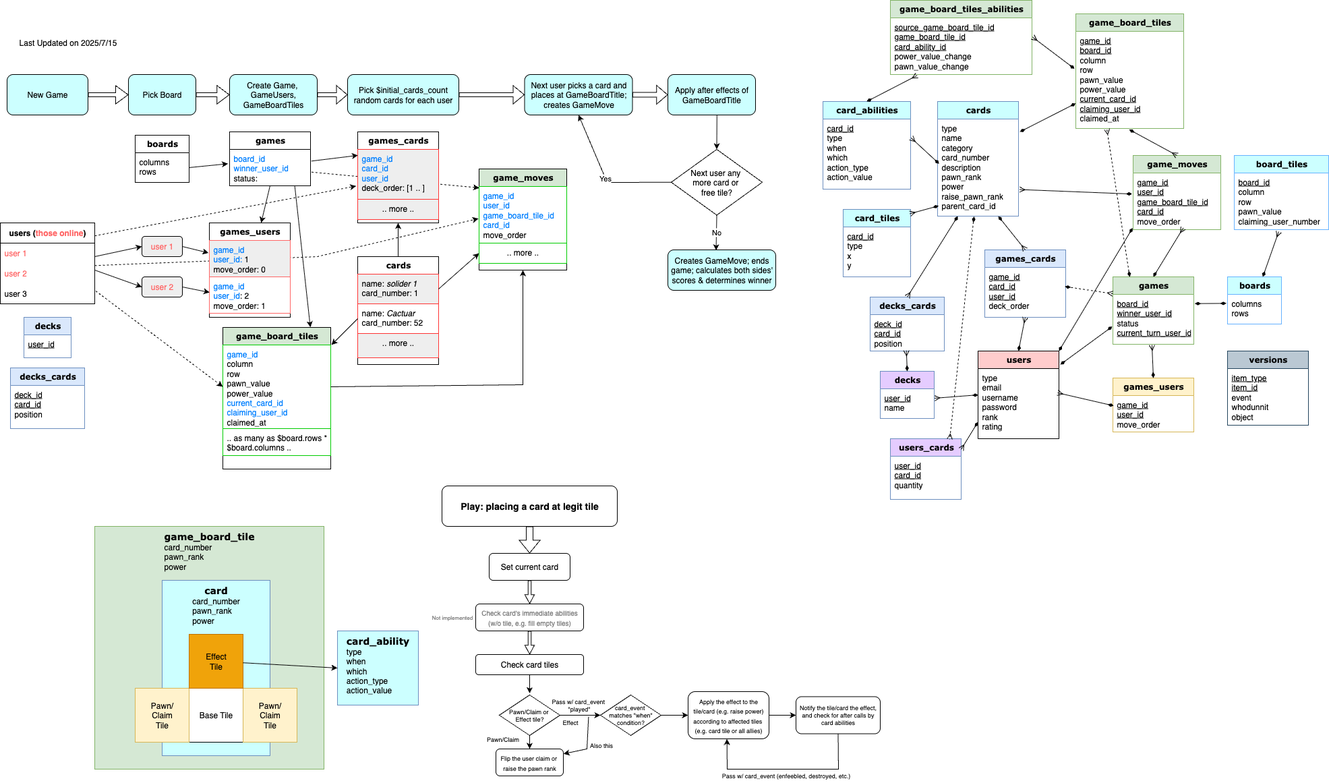
Before: doc/diagrams/EER.drawio.png, a diagram exported from draw.io (briangan/queens_blood_by_fan). Source tidied: cells renumbered, new cells last; positions are measured from the earlier drawing's top-left corner, leaving out a move shared by most shapes.
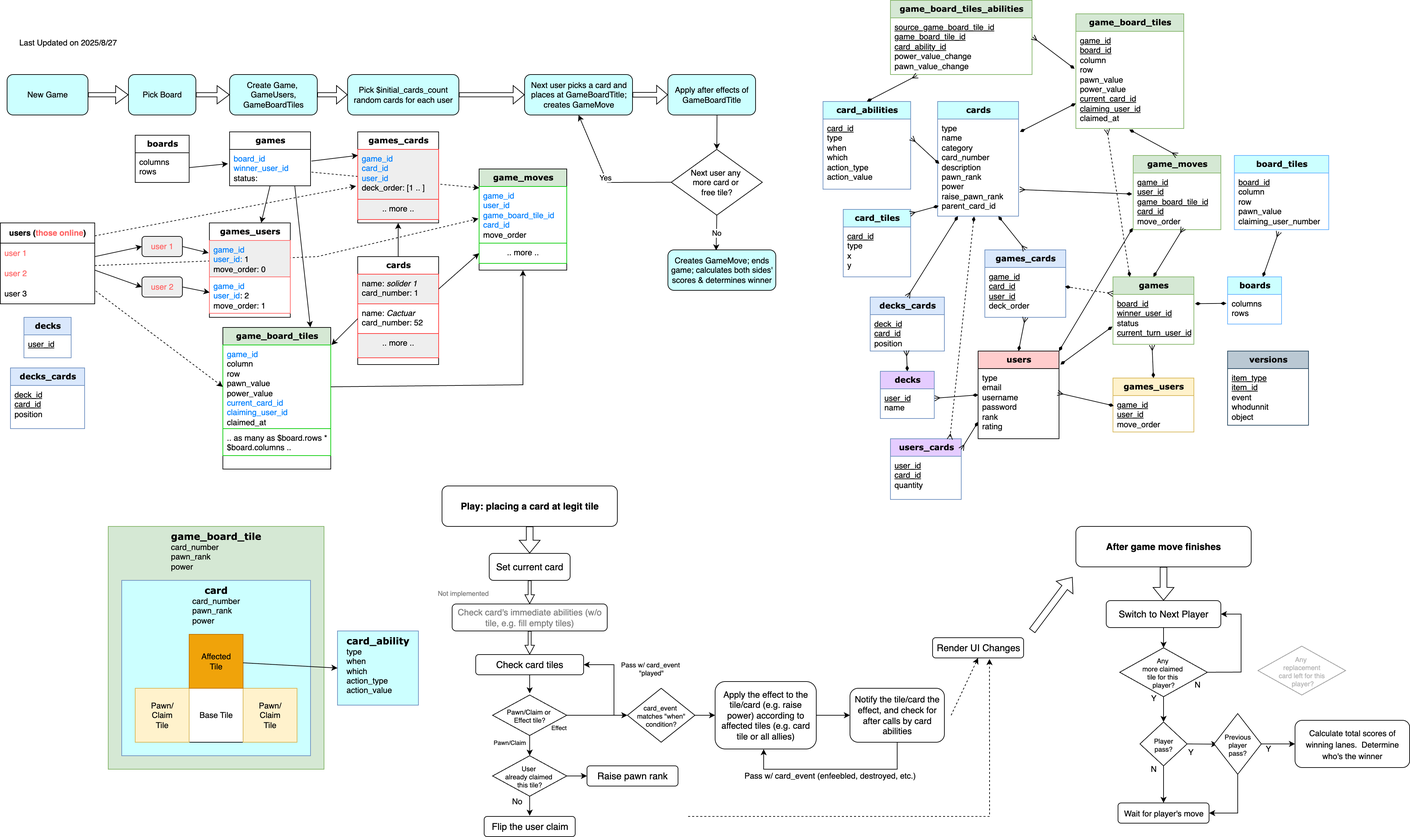
Above is the later version.

What changed in the source:
```diff
@@ -310,3 +310,3 @@
     </mxCell>
-    <mxCell id="100" value="Last Updated on 2025/7/15" style="text;html=1;align=center;verticalAlign=middle;strokeColor=none;fillColor=none;" parent="1" vertex="1">
+    <mxCell id="100" value="Last Updated on 2025/8/27" style="text;html=1;align=center;verticalAlign=middle;strokeColor=none;fillColor=none;" parent="1" vertex="1">
       <mxGeometry x="15" y="48" width="170" height="30" as="geometry" />
@@ -371,6 +371,6 @@
     <mxCell id="120" value="&lt;b style=&quot;font-family: Verdana; text-wrap-mode: nowrap;&quot;&gt;&lt;font style=&quot;font-size: 14px;&quot;&gt;game_board_tile&lt;/font&gt;&lt;/b&gt;&lt;div&gt;&lt;div style=&quot;text-align: left;&quot;&gt;card_number&lt;/div&gt;&lt;div style=&quot;text-align: left;&quot;&gt;&lt;span style=&quot;background-color: transparent; color: light-dark(rgb(0, 0, 0), rgb(255, 255, 255));&quot;&gt;pawn_rank&lt;/span&gt;&lt;/div&gt;&lt;div style=&quot;text-align: left;&quot;&gt;power&lt;/div&gt;&lt;/div&gt;" style="rounded=0;whiteSpace=wrap;html=1;fillColor=#d5e8d4;strokeColor=#82b366;verticalAlign=top;" parent="1" vertex="1">
-      <mxGeometry x="140" y="780" width="340" height="360" as="geometry" />
+      <mxGeometry x="160" y="780" width="320" height="360" as="geometry" />
     </mxCell>
     <mxCell id="121" value="&lt;b style=&quot;font-family: Verdana; text-wrap-mode: nowrap;&quot;&gt;&lt;font style=&quot;font-size: 14px;&quot;&gt;card&lt;/font&gt;&lt;/b&gt;&lt;div&gt;&lt;div style=&quot;text-align: left;&quot;&gt;card_number&lt;/div&gt;&lt;div style=&quot;text-align: left;&quot;&gt;&lt;span style=&quot;background-color: transparent; color: light-dark(rgb(0, 0, 0), rgb(255, 255, 255));&quot;&gt;pawn_rank&lt;/span&gt;&lt;/div&gt;&lt;div style=&quot;text-align: left;&quot;&gt;power&lt;/div&gt;&lt;/div&gt;" style="rounded=0;whiteSpace=wrap;html=1;fillColor=#CCFFFF;strokeColor=#6c8ebf;verticalAlign=top;" parent="1" vertex="1">
-      <mxGeometry x="240" y="860" width="160" height="260" as="geometry" />
+      <mxGeometry x="180" y="860" width="280" height="260" as="geometry" />
     </mxCell>
@@ -391,3 +391,3 @@
     </mxCell>
-    <mxCell id="127" value="Effect&lt;div&gt;Tile&lt;/div&gt;" style="whiteSpace=wrap;html=1;fillColor=#f0a30a;strokeColor=#BD7000;fontColor=#000000;" parent="123" vertex="1">
+    <mxCell id="127" value="Affected&lt;div&gt;Tile&lt;/div&gt;" style="whiteSpace=wrap;html=1;fillColor=#f0a30a;strokeColor=#BD7000;fontColor=#000000;" parent="123" vertex="1">
       <mxGeometry x="80" width="80" height="80" as="geometry" />
@@ -400,3 +400,3 @@
     </mxCell>
-    <mxCell id="130" value="Set current card" style="rounded=1;whiteSpace=wrap;html=1;" parent="1" vertex="1">
+    <mxCell id="130" value="Set current card" style="rounded=1;whiteSpace=wrap;html=1;fontSize=14;" parent="1" vertex="1">
       <mxGeometry x="725" y="820" width="120" height="40" as="geometry" />
@@ -408,4 +408,4 @@
     </mxCell>
-    <mxCell id="132" value="&lt;font style=&quot;font-size: 10px;&quot;&gt;Check card's immediate abilities (w/o tile, e.g.&amp;nbsp;&lt;/font&gt;&lt;span style=&quot;font-size: 10px; background-color: transparent; color: light-dark(rgb(128, 128, 128), rgb(127, 127, 127));&quot;&gt;fill empty tiles)&lt;/span&gt;" style="rounded=1;whiteSpace=wrap;html=1;fontColor=#808080;" parent="1" vertex="1">
-      <mxGeometry x="705" y="895" width="160" height="40" as="geometry" />
+    <mxCell id="132" value="&lt;font&gt;Check card's immediate abilities (w/o tile, e.g.&amp;nbsp;&lt;/font&gt;&lt;span style=&quot;background-color: transparent; color: light-dark(rgb(128, 128, 128), rgb(127, 127, 127));&quot;&gt;fill empty tiles)&lt;/span&gt;" style="rounded=1;whiteSpace=wrap;html=1;fontColor=#808080;fontSize=13;" parent="1" vertex="1">
+      <mxGeometry x="670" y="895" width="230" height="40" as="geometry" />
     </mxCell>
@@ -414,3 +414,3 @@
     </mxCell>
-    <mxCell id="134" value="Check card tiles" style="rounded=1;whiteSpace=wrap;html=1;" parent="1" vertex="1">
+    <mxCell id="134" value="Check card tiles" style="rounded=1;whiteSpace=wrap;html=1;fontSize=14;" parent="1" vertex="1">
       <mxGeometry x="705" y="970" width="160" height="30" as="geometry" />
@@ -420,6 +420,6 @@
     </mxCell>
-    <mxCell id="136" value="Pawn/Claim or&amp;nbsp;&lt;div&gt;Effect tile?&lt;/div&gt;" style="rhombus;whiteSpace=wrap;html=1;fontSize=9;" parent="1" vertex="1">
-      <mxGeometry x="740" y="1030" width="90" height="60" as="geometry" />
+    <mxCell id="136" value="Pawn/Claim or&amp;nbsp;&lt;div&gt;Effect tile?&lt;/div&gt;" style="rhombus;whiteSpace=wrap;html=1;fontSize=10;" parent="1" vertex="1">
+      <mxGeometry x="730" y="1030" width="110" height="60" as="geometry" />
     </mxCell>
-    <mxCell id="137" style="endArrow=classic;html=1;rounded=0;exitX=0.5;exitY=1;exitDx=0;exitDy=0;entryX=0.5;entryY=0;entryDx=0;entryDy=0;" parent="1" edge="1" source="136" target="139">
+    <mxCell id="137" style="endArrow=classic;html=1;rounded=0;exitX=0.5;exitY=1;exitDx=0;exitDy=0;entryX=0.5;entryY=0;entryDx=0;entryDy=0;" parent="1" edge="1" source="136" target="154">
       <mxGeometry relative="1" as="geometry" />
@@ -427,6 +427,6 @@
     <mxCell id="138" value="&lt;span style=&quot;font-size: 9px; text-wrap-mode: wrap;&quot;&gt;Pawn/Claim&lt;/span&gt;" style="text;html=1;align=center;verticalAlign=middle;strokeColor=none;fillColor=none;fontFamily=Helvetica;fontSize=12;fontColor=default;spacing=0;" parent="1" vertex="1">
-      <mxGeometry x="710" y="1085" width="70" height="20" as="geometry" />
+      <mxGeometry x="720" y="1090" width="70" height="20" as="geometry" />
     </mxCell>
-    <mxCell id="139" value="&lt;font style=&quot;font-size: 9px;&quot;&gt;Flip the user claim or&amp;nbsp;&lt;/font&gt;&lt;div&gt;&lt;font style=&quot;font-size: 9px;&quot;&gt;raise the pawn rank&lt;/font&gt;&lt;/div&gt;" style="rounded=1;whiteSpace=wrap;html=1;" parent="1" vertex="1">
-      <mxGeometry x="735" y="1110" width="100" height="40" as="geometry" />
+    <mxCell id="139" value="&lt;font&gt;Flip the user claim&lt;/font&gt;" style="rounded=1;whiteSpace=wrap;html=1;fontSize=14;" parent="1" vertex="1">
+      <mxGeometry x="717.5" y="1210" width="135" height="30" as="geometry" />
     </mxCell>
@@ -439,12 +439,12 @@
     <mxCell id="142" value="&lt;span style=&quot;font-size: 9px; text-wrap-mode: wrap;&quot;&gt;Effect&lt;/span&gt;" style="text;html=1;align=center;verticalAlign=middle;strokeColor=none;fillColor=none;fontFamily=Helvetica;fontSize=12;fontColor=default;spacing=0;" parent="1" vertex="1">
-      <mxGeometry x="825" y="1060" width="40" height="20" as="geometry" />
+      <mxGeometry x="807.5" y="1067.5" width="40" height="20" as="geometry" />
     </mxCell>
-    <mxCell id="143" value="Not implemented" style="text;html=1;align=center;verticalAlign=middle;strokeColor=none;fillColor=none;fontSize=8;fontColor=#808080;" parent="1" vertex="1">
-      <mxGeometry x="630" y="905" width="80" height="20" as="geometry" />
+    <mxCell id="143" value="Not implemented" style="text;html=1;align=center;verticalAlign=middle;strokeColor=none;fillColor=none;fontSize=10;fontColor=#808080;" parent="1" vertex="1">
+      <mxGeometry x="636" y="863" width="100" height="30" as="geometry" />
     </mxCell>
-    <mxCell id="144" value="&lt;font style=&quot;font-size: 9px;&quot;&gt;Apply the effect to the tile/card (e.g. raise power)&lt;/font&gt;&lt;div&gt;&lt;font style=&quot;font-size: 9px;&quot;&gt;according to affected tiles&amp;nbsp;&lt;/font&gt;&lt;/div&gt;&lt;div&gt;&lt;font style=&quot;font-size: 9px;&quot;&gt;(e.g. card tile or all allies)&lt;/font&gt;&lt;/div&gt;" style="rounded=1;whiteSpace=wrap;html=1;" parent="1" vertex="1">
-      <mxGeometry x="1020" y="1025" width="120" height="70" as="geometry" />
+    <mxCell id="144" value="&lt;font&gt;Apply the effect to the tile/card (e.g. raise power)&amp;nbsp;&lt;/font&gt;&lt;span style=&quot;background-color: transparent; color: light-dark(rgb(0, 0, 0), rgb(255, 255, 255));&quot;&gt;according to affected tiles&amp;nbsp;&lt;/span&gt;&lt;span style=&quot;background-color: transparent; color: light-dark(rgb(0, 0, 0), rgb(255, 255, 255));&quot;&gt;(e.g. card tile or all allies)&lt;/span&gt;" style="rounded=1;whiteSpace=wrap;html=1;fontSize=13;" parent="1" vertex="1">
+      <mxGeometry x="1060" y="1010" width="150" height="100" as="geometry" />
     </mxCell>
-    <mxCell id="145" value="&lt;font&gt;Notify the tile/card the effect, and check for after calls by card abilities&lt;/font&gt;" style="rounded=1;whiteSpace=wrap;html=1;fontSize=9;" parent="1" vertex="1">
-      <mxGeometry x="1180" y="1032.5" width="125" height="55" as="geometry" />
+    <mxCell id="145" value="&lt;font&gt;Notify the tile/card the effect, and check for after calls by card abilities&lt;/font&gt;" style="rounded=1;whiteSpace=wrap;html=1;fontSize=13;" parent="1" vertex="1">
+      <mxGeometry x="1260" y="1020" width="140" height="80" as="geometry" />
     </mxCell>
@@ -456,4 +456,4 @@
         <Array as="points">
-          <mxPoint x="1243" y="1140" />
-          <mxPoint x="1078" y="1140" />
+          <mxPoint x="1330" y="1140" />
+          <mxPoint x="1132" y="1140" />
         </Array>
@@ -461,10 +461,10 @@
     </mxCell>
-    <mxCell id="148" value="Pass w/ card_event&amp;nbsp;&lt;div&gt;&quot;played&quot;&lt;/div&gt;" style="text;html=1;align=center;verticalAlign=middle;points=[];strokeColor=none;fillColor=none;fontSize=9;" parent="1" vertex="1">
-      <mxGeometry x="807.5" y="1025" width="100" height="40" as="geometry" />
+    <mxCell id="148" value="Pass w/ card_event&amp;nbsp;&lt;div&gt;&quot;played&quot;&lt;/div&gt;" style="text;html=1;align=center;verticalAlign=middle;points=[];strokeColor=none;fillColor=none;fontSize=10;" parent="1" vertex="1">
+      <mxGeometry x="910" y="970" width="110" height="40" as="geometry" />
     </mxCell>
-    <mxCell id="149" value="Pass w/ card_event (enfeebled, destroyed, etc.)" style="text;html=1;align=center;verticalAlign=middle;strokeColor=none;fillColor=none;fontSize=9;" parent="1" vertex="1">
-      <mxGeometry x="1060" y="1140" width="210" height="20" as="geometry" />
+    <mxCell id="149" value="Pass w/ card_event (enfeebled, destroyed, etc.)" style="text;html=1;align=center;verticalAlign=middle;strokeColor=none;fillColor=none;fontSize=12;" parent="1" vertex="1">
+      <mxGeometry x="1090" y="1135" width="280" height="30" as="geometry" />
     </mxCell>
-    <mxCell id="150" value="card_event&amp;nbsp;&lt;div&gt;matches &quot;when&quot; condition?&lt;/div&gt;" style="rhombus;whiteSpace=wrap;html=1;fontSize=9;" parent="1" vertex="1">
-      <mxGeometry x="890" y="1030" width="90" height="60" as="geometry" />
+    <mxCell id="150" value="card_event&amp;nbsp;&lt;div&gt;matches &quot;when&quot; condition?&lt;/div&gt;" style="rhombus;whiteSpace=wrap;html=1;fontSize=10;" parent="1" vertex="1">
+      <mxGeometry x="930" y="1020" width="100" height="80" as="geometry" />
     </mxCell>
@@ -473,6 +473,7 @@
     </mxCell>
-    <mxCell id="152" style="endArrow=classic;html=1;rounded=0;exitX=0.649;exitY=0.929;exitDx=0;exitDy=0;entryX=1.002;entryY=0.181;entryDx=0;entryDy=0;entryPerimeter=0;exitPerimeter=0;" parent="1" edge="1" source="148" target="139">
+    <mxCell id="152" style="endArrow=classic;html=1;rounded=0;entryX=1;entryY=0.5;entryDx=0;entryDy=0;" parent="1" edge="1" target="134">
       <mxGeometry relative="1" as="geometry">
+        <mxPoint x="910" y="1060" as="sourcePoint" />
         <Array as="points">
-          <mxPoint x="870" y="1110" />
+          <mxPoint x="910" y="985" />
         </Array>
@@ -480,5 +481,113 @@
     </mxCell>
-    <mxCell id="153" value="Also this" style="text;html=1;align=center;verticalAlign=middle;strokeColor=none;fillColor=none;fontSize=9;" parent="1" vertex="1">
-      <mxGeometry x="861" y="1095" width="60" height="20" as="geometry" />
-    </mxCell>
+    <mxCell id="154" value="User&amp;nbsp;&lt;div&gt;already&amp;nbsp;&lt;span style=&quot;background-color: transparent; color: light-dark(rgb(0, 0, 0), rgb(255, 255, 255));&quot;&gt;claimed&amp;nbsp;&lt;/span&gt;&lt;div&gt;this tile?&lt;/div&gt;&lt;/div&gt;" style="rhombus;whiteSpace=wrap;html=1;fontSize=10;" parent="1" vertex="1">
+      <mxGeometry x="730" y="1120" width="110" height="60" as="geometry" />
+    </mxCell>
+    <mxCell id="155" style="endArrow=classic;html=1;rounded=0;exitX=0.5;exitY=1;exitDx=0;exitDy=0;" parent="1" edge="1" source="154">
+      <mxGeometry relative="1" as="geometry">
+        <mxPoint x="785" y="1209" as="targetPoint" />
+      </mxGeometry>
+    </mxCell>
+    <mxCell id="156" value="No" style="text;html=1;align=center;verticalAlign=middle;strokeColor=none;fillColor=none;" parent="1" vertex="1">
+      <mxGeometry x="746" y="1173" width="40" height="30" as="geometry" />
+    </mxCell>
+    <mxCell id="157" value="&lt;font&gt;Raise pawn rank&lt;/font&gt;" style="rounded=1;whiteSpace=wrap;html=1;fontSize=14;" parent="1" vertex="1">
+      <mxGeometry x="870" y="1135" width="135" height="30" as="geometry" />
+    </mxCell>
+    <mxCell id="158" style="endArrow=classic;html=1;rounded=0;entryX=0;entryY=0.5;entryDx=0;entryDy=0;exitX=1;exitY=0.5;exitDx=0;exitDy=0;" parent="1" edge="1" source="154" target="157">
+      <mxGeometry relative="1" as="geometry" />
+    </mxCell>
+    <mxCell id="159" value="&lt;span style=&quot;font-size: 14px; font-weight: 700; text-wrap-mode: nowrap;&quot;&gt;After game move finishes&lt;/span&gt;" style="rounded=1;whiteSpace=wrap;html=1;" parent="1" vertex="1">
+      <mxGeometry x="1595" y="780" width="260" height="60" as="geometry" />
+    </mxCell>
+    <mxCell id="160" style="shape=flexArrow;endArrow=classic;html=1;rounded=0;entryX=0.5;entryY=0;entryDx=0;entryDy=0;exitX=0.5;exitY=1;exitDx=0;exitDy=0;" parent="1" edge="1" source="159" target="161">
+      <mxGeometry relative="1" as="geometry" />
+    </mxCell>
+    <mxCell id="161" value="Switch to Next Player" style="rounded=1;whiteSpace=wrap;html=1;fontSize=14;" parent="1" vertex="1">
+      <mxGeometry x="1640" y="890" width="170" height="40" as="geometry" />
+    </mxCell>
+    <mxCell id="162" style="shape=flexArrow;endArrow=classic;html=1;rounded=0;" parent="1" edge="1">
+      <mxGeometry relative="1" as="geometry">
+        <mxPoint x="1530" y="935" as="sourcePoint" />
+        <mxPoint x="1590" y="855" as="targetPoint" />
+      </mxGeometry>
+    </mxCell>
+    <mxCell id="163" value="Player&lt;div&gt;pass?&lt;/div&gt;" style="rhombus;whiteSpace=wrap;html=1;fontSize=10;" parent="1" vertex="1">
+      <mxGeometry x="1690" y="1070" width="70" height="65" as="geometry" />
+    </mxCell>
+    <mxCell id="164" style="endArrow=classic;html=1;rounded=0;entryX=0.5;entryY=0;entryDx=0;entryDy=0;" parent="1" edge="1" source="161" target="178">
+      <mxGeometry relative="1" as="geometry" />
+    </mxCell>
+    <mxCell id="165" style="endArrow=classic;html=1;rounded=0;exitX=0.5;exitY=1;exitDx=0;exitDy=0;entryX=0.5;entryY=0;entryDx=0;entryDy=0;" parent="1" edge="1" source="163" target="177">
+      <mxGeometry relative="1" as="geometry" />
+    </mxCell>
+    <mxCell id="166" value="&lt;font&gt;Render UI Changes&lt;/font&gt;" style="rounded=1;whiteSpace=wrap;html=1;fontSize=14;" parent="1" vertex="1">
+      <mxGeometry x="1382.5" y="945" width="135" height="30" as="geometry" />
+    </mxCell>
+    <mxCell id="167" style="endArrow=classic;html=1;rounded=0;exitX=1;exitY=0.5;exitDx=0;exitDy=0;entryX=0.067;entryY=0.504;entryDx=0;entryDy=0;entryPerimeter=0;" parent="1" edge="1" source="163" target="168">
+      <mxGeometry relative="1" as="geometry" />
+    </mxCell>
+    <mxCell id="168" value="Previous player&lt;div&gt;pass?&lt;/div&gt;" style="rhombus;whiteSpace=wrap;html=1;fontSize=10;" parent="1" vertex="1">
+      <mxGeometry x="1800" y="1057.5" width="70" height="90" as="geometry" />
+    </mxCell>
+    <mxCell id="169" value="N" style="text;html=1;align=center;verticalAlign=middle;strokeColor=none;fillColor=none;" parent="1" vertex="1">
+      <mxGeometry x="1695" y="1125" width="30" height="30" as="geometry" />
+    </mxCell>
+    <mxCell id="170" value="Y" style="text;html=1;align=center;verticalAlign=middle;strokeColor=none;fillColor=none;" parent="1" vertex="1">
+      <mxGeometry x="1750" y="1100" width="30" height="30" as="geometry" />
+    </mxCell>
+    <mxCell id="171" style="endArrow=classic;html=1;rounded=0;entryX=0;entryY=0.5;entryDx=0;entryDy=0;exitX=1;exitY=0.5;exitDx=0;exitDy=0;" parent="1" edge="1" source="168" target="173">
+      <mxGeometry relative="1" as="geometry" />
+    </mxCell>
+    <mxCell id="172" value="Y" style="text;html=1;align=center;verticalAlign=middle;strokeColor=none;fillColor=none;" parent="1" vertex="1">
+      <mxGeometry x="1865" y="1095" width="30" height="30" as="geometry" />
+    </mxCell>
+    <mxCell id="173" value="&lt;font style=&quot;font-size: 12px;&quot;&gt;Calculate total scores of winning lanes.&amp;nbsp; Determine who's the winner&lt;/font&gt;" style="rounded=1;whiteSpace=wrap;html=1;fontSize=14;" parent="1" vertex="1">
+      <mxGeometry x="1920" y="1067.5" width="170" height="70" as="geometry" />
+    </mxCell>
+    <mxCell id="174" style="endArrow=classic;html=1;rounded=0;entryX=1;entryY=0.5;entryDx=0;entryDy=0;exitX=0.5;exitY=1;exitDx=0;exitDy=0;" parent="1" edge="1" source="168" target="177">
+      <mxGeometry relative="1" as="geometry">
+        <Array as="points">
+          <mxPoint x="1835" y="1205" />
+        </Array>
+      </mxGeometry>
+    </mxCell>
+    <mxCell id="175" style="endArrow=classic;html=1;rounded=0;entryX=0.5;entryY=1;entryDx=0;entryDy=0;dashed=1;" parent="1" edge="1" target="166">
+      <mxGeometry relative="1" as="geometry">
+        <mxPoint x="1410" y="1060" as="sourcePoint" />
+      </mxGeometry>
+    </mxCell>
+    <mxCell id="176" style="endArrow=classic;html=1;rounded=0;dashed=1;entryX=0.625;entryY=1.05;entryDx=0;entryDy=0;entryPerimeter=0;" parent="1" edge="1" target="166">
+      <mxGeometry relative="1" as="geometry">
+        <mxPoint x="1020" y="1210" as="sourcePoint" />
+        <Array as="points">
+          <mxPoint x="1467" y="1210" />
+        </Array>
+      </mxGeometry>
+    </mxCell>
+    <mxCell id="177" value="&lt;font style=&quot;font-size: 12px;&quot;&gt;Wait for player's move&lt;/font&gt;" style="rounded=1;whiteSpace=wrap;html=1;fontSize=14;" parent="1" vertex="1">
+      <mxGeometry x="1657.5" y="1190" width="135" height="30" as="geometry" />
+    </mxCell>
+    <mxCell id="178" value="Any&amp;nbsp;&lt;div&gt;more&amp;nbsp;&lt;span style=&quot;background-color: transparent; color: light-dark(rgb(0, 0, 0), rgb(255, 255, 255));&quot;&gt;claimed&amp;nbsp;&lt;/span&gt;&lt;/div&gt;&lt;div&gt;&lt;span style=&quot;background-color: transparent; color: light-dark(rgb(0, 0, 0), rgb(255, 255, 255));&quot;&gt;tile&amp;nbsp;&lt;/span&gt;&lt;span style=&quot;background-color: transparent; color: light-dark(rgb(0, 0, 0), rgb(255, 255, 255));&quot;&gt;for this&amp;nbsp;&lt;/span&gt;&lt;/div&gt;&lt;div&gt;&lt;span style=&quot;background-color: transparent; color: light-dark(rgb(0, 0, 0), rgb(255, 255, 255));&quot;&gt;player?&lt;/span&gt;&lt;/div&gt;" style="rhombus;whiteSpace=wrap;html=1;fontSize=10;" parent="1" vertex="1">
+      <mxGeometry x="1660" y="960" width="130" height="72.5" as="geometry" />
+    </mxCell>
+    <mxCell id="179" style="endArrow=classic;html=1;rounded=0;entryX=0.5;entryY=0;entryDx=0;entryDy=0;exitX=0.5;exitY=1;exitDx=0;exitDy=0;" parent="1" edge="1" source="178" target="163">
+      <mxGeometry relative="1" as="geometry" />
+    </mxCell>
+    <mxCell id="180" value="Y" style="text;html=1;align=center;verticalAlign=middle;strokeColor=none;fillColor=none;" parent="1" vertex="1">
+      <mxGeometry x="1695" y="1020" width="30" height="30" as="geometry" />
+    </mxCell>
+    <mxCell id="181" value="N" style="text;html=1;align=center;verticalAlign=middle;strokeColor=none;fillColor=none;" parent="1" vertex="1">
+      <mxGeometry x="1760" y="1000" width="30" height="30" as="geometry" />
+    </mxCell>
+    <mxCell id="182" style="endArrow=classic;html=1;rounded=0;exitX=1;exitY=0.5;exitDx=0;exitDy=0;entryX=1;entryY=0.5;entryDx=0;entryDy=0;" parent="1" edge="1" source="178" target="161">
+      <mxGeometry relative="1" as="geometry">
+        <Array as="points">
+          <mxPoint x="1840" y="996" />
+          <mxPoint x="1840" y="910" />
+        </Array>
+      </mxGeometry>
+    </mxCell>
+    <mxCell id="183" value="Any&amp;nbsp;&lt;div&gt;replacement&lt;div&gt;card left for&amp;nbsp;&lt;span style=&quot;background-color: transparent; color: light-dark(rgb(179, 179, 179), rgb(83, 83, 83));&quot;&gt;this&lt;/span&gt;&lt;/div&gt;&lt;div&gt;&lt;span style=&quot;background-color: transparent; color: light-dark(rgb(179, 179, 179), rgb(83, 83, 83));&quot;&gt;&amp;nbsp;player?&lt;/span&gt;&lt;/div&gt;&lt;/div&gt;" style="rhombus;whiteSpace=wrap;html=1;fontSize=10;strokeColor=#999999;fontColor=#B3B3B3;" parent="1" vertex="1">
+      <mxGeometry x="1865" y="957.5" width="130" height="72.5" as="geometry" />
+    </mxCell>
   </root>
```
